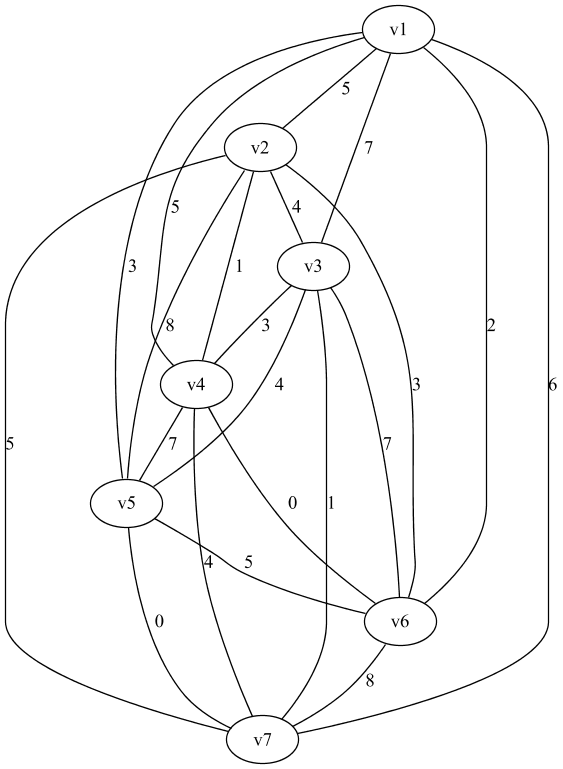
Earlier version of the Graphviz export GKA/gkap/build/graphviz/graph05.png (adrian-helberg/ws2018). Its source is kept beside it as GKA/gkap/src/main/graphviz/graph05.dot.
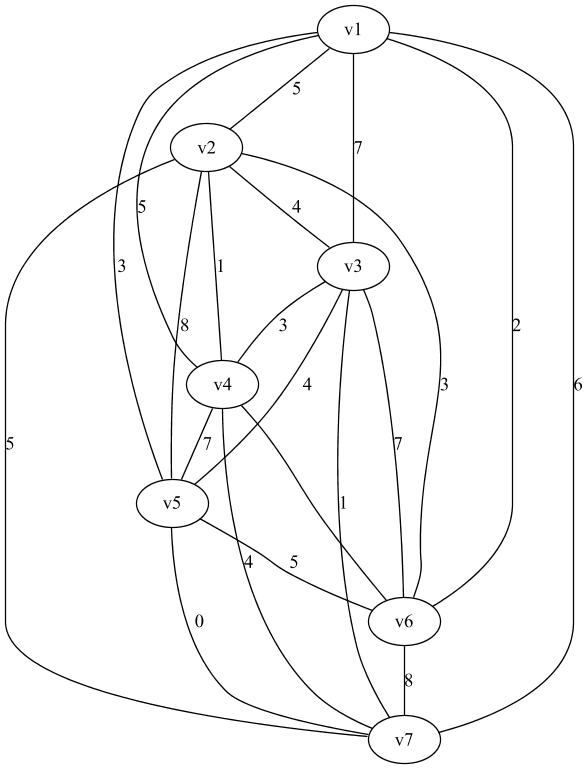
Later version of the same file.

The edit, as a diff of the source:
```diff
@@ -1,23 +1,23 @@
 graph {
-v1--v2[label=5];
-v1--v3[label=7];
-v1--v4[label=5];
-v1--v5[label=3];
-v1--v6[label=2];
-v1--v7[label=6];
-v2--v3[label=4];
-v2--v4[label=1];
-v2--v5[label=8];
-v2--v6[label=3];
-v2--v7[label=5];
-v3--v4[label=3];
-v3--v5[label=4];
-v3--v6[label=7];
-v3--v7[label=1];
-v4--v5[label=7];
-v4--v6[label=0];
-v4--v7[label=4];
-v5--v6[label=5];
-v5--v7[label=0];
-v6--v7[label=8];
+v1--v2[label=5, weight=5];
+v1--v3[label=7, weight=7];
+v1--v4[label=5, weight=5];
+v1--v5[label=3, weight=3];
+v1--v6[label=2, weight=2];
+v1--v7[label=6, weight=6];
+v2--v3[label=4, weight=4];
+v2--v4[label=1, weight=1];
+v2--v5[label=8, weight=8];
+v2--v6[label=3, weight=3];
+v2--v7[label=5, weight=5];
+v3--v4[label=3, weight=3];
+v3--v5[label=4, weight=4];
+v3--v6[label=7, weight=7];
+v3--v7[label=1, weight=1];
+v4--v5[label=7, weight=7];
+v4--v6;
+v4--v7[label=4, weight=4];
+v5--v6[label=5, weight=5];
+v5--v7[label=0, weight=0];
+v6--v7[label=8, weight=8];
 }
```
